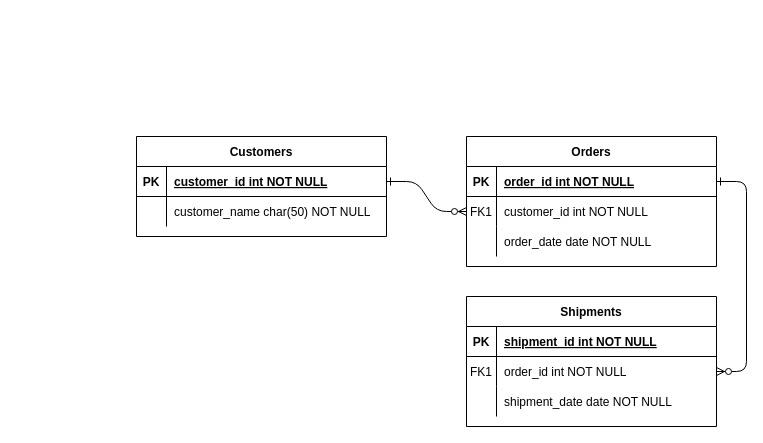
Earlier version of the draw.io diagram Untitled Diagram.drawio (corourke/mockaroo2kafka). Source tidied: cells renumbered, new cells numbered last; positions are measured from the earlier drawing's top-left corner, leaving out a move shared by most shapes. Both pictures are drawn from the tidied source at 100%, with x=0, y=0 at pixel (136, 136).
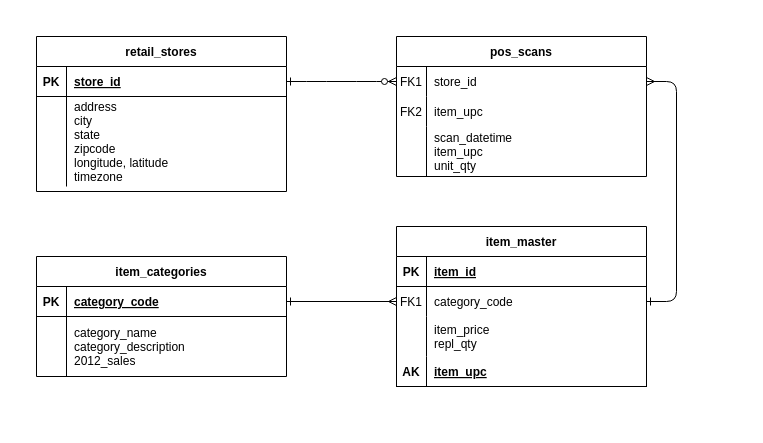
Above is the later version.

The change refers to these unchanged cells:
```xml
<mxCell id="15" style="shape=partialRectangle;fillColor=none;top=0;left=0;right=0;bottom=1;" parent="14" vertex="1">
  <mxGeometry y="30" width="250" height="30" as="geometry" />
</mxCell>
<mxCell id="18" style="shape=partialRectangle;fillColor=none;points=[[0,0.5],[1,0.5]];portConstraint=eastwest;top=0;left=0;right=0;bottom=0;" parent="14" vertex="1">
  <mxGeometry y="60" width="250" height="30" as="geometry" />
</mxCell>
<mxCell id="25" style="shape=partialRectangle;fillColor=none;points=[[0,0.5],[1,0.5]];portConstraint=eastwest;top=0;left=0;right=0;bottom=1;" parent="24" vertex="1">
  <mxGeometry y="30" width="250" height="30" as="geometry" />
</mxCell>
```

The edit, as a diff of the source:
```diff
@@
+    <mxCell id="31" style="rounded=0;whiteSpace=wrap;html=1;strokeColor=none;" parent="1" vertex="1">
+      <mxGeometry x="-120" y="-120" width="680" height="400" as="geometry" />
+    </mxCell>
@@
-    <mxCell id="3" style="edgeStyle=entityRelationEdgeStyle;endArrow=ERzeroToMany;startArrow=ERone;endFill=1;startFill=0;" parent="1" edge="1" source="5" target="18">
-      <mxGeometry relative="1" as="geometry" />
-    </mxCell>
-    <mxCell id="4" value="Orders" style="shape=table;startSize=30;childLayout=tableLayout;rowLines=0;fontStyle=1;align=center;" parent="1" vertex="1">
-      <mxGeometry x="330" width="250" height="130" as="geometry" />
+    <mxCell id="4" value="pos_scans" style="shape=table;startSize=30;childLayout=tableLayout;rowLines=0;fontStyle=1;align=center;" parent="1" vertex="1">
+      <mxGeometry x="260" y="-100" width="250" height="140" as="geometry" />
     </mxCell>
-    <mxCell id="5" style="shape=partialRectangle;fillColor=none;points=[[0,0.5],[1,0.5]];portConstraint=eastwest;top=0;left=0;right=0;bottom=1;" parent="4" vertex="1">
-      <mxGeometry y="30" width="250" height="30" as="geometry" />
-    </mxCell>
-    <mxCell id="6" value="PK" style="shape=partialRectangle;overflow=hidden;fillColor=none;top=0;left=0;bottom=0;right=0;fontStyle=1;" parent="5" vertex="1">
-      <mxGeometry width="30" height="30" as="geometry" />
-    </mxCell>
-    <mxCell id="7" value="order_id int NOT NULL " style="shape=partialRectangle;overflow=hidden;fillColor=none;top=0;left=0;bottom=0;right=0;align=left;spacingLeft=6;fontStyle=5;" parent="5" vertex="1">
-      <mxGeometry x="30" width="220" height="30" as="geometry" />
-    </mxCell>
     <mxCell id="8" style="shape=partialRectangle;fillColor=none;points=[[0,0.5],[1,0.5]];portConstraint=eastwest;top=0;left=0;right=0;bottom=0;" parent="4" vertex="1">
-      <mxGeometry y="60" width="250" height="30" as="geometry" />
+      <mxGeometry y="30" width="250" height="30" as="geometry" />
     </mxCell>
@@
-    <mxCell id="10" value="customer_id int NOT NULL" style="shape=partialRectangle;overflow=hidden;fillColor=none;top=0;left=0;bottom=0;right=0;align=left;spacingLeft=6;" parent="8" vertex="1">
+    <mxCell id="10" value="store_id" style="shape=partialRectangle;overflow=hidden;fillColor=none;top=0;left=0;bottom=0;right=0;align=left;spacingLeft=6;" parent="8" vertex="1">
       <mxGeometry x="30" width="220" height="30" as="geometry" />
     </mxCell>
+    <mxCell id="32" style="shape=partialRectangle;fillColor=none;top=0;left=0;right=0;bottom=0;" parent="4" vertex="1">
+      <mxGeometry y="60" width="250" height="30" as="geometry" />
+    </mxCell>
+    <mxCell id="33" value="FK2" style="shape=partialRectangle;overflow=hidden;fillColor=none;top=0;left=0;bottom=0;right=0;" parent="32" vertex="1">
+      <mxGeometry width="30" height="30" as="geometry" />
+    </mxCell>
+    <mxCell id="34" value="item_upc" style="shape=partialRectangle;overflow=hidden;fillColor=none;top=0;left=0;bottom=0;right=0;align=left;spacingLeft=6;" parent="32" vertex="1">
+      <mxGeometry x="30" width="220" height="30" as="geometry" />
+    </mxCell>
     <mxCell id="11" style="shape=partialRectangle;fillColor=none;top=0;left=0;right=0;bottom=0;" parent="4" vertex="1">
-      <mxGeometry y="90" width="250" height="30" as="geometry" />
+      <mxGeometry y="90" width="250" height="50" as="geometry" />
     </mxCell>
     <mxCell id="12" style="shape=partialRectangle;overflow=hidden;fillColor=none;top=0;left=0;bottom=0;right=0;" parent="11" vertex="1">
-      <mxGeometry width="30" height="30" as="geometry" />
+      <mxGeometry width="30" height="50" as="geometry" />
     </mxCell>
-    <mxCell id="13" value="order_date date NOT NULL" style="shape=partialRectangle;overflow=hidden;fillColor=none;top=0;left=0;bottom=0;right=0;align=left;spacingLeft=6;" parent="11" vertex="1">
-      <mxGeometry x="30" width="220" height="30" as="geometry" />
+    <mxCell id="13" value="scan_datetime&#10;item_upc&#10;unit_qty" style="shape=partialRectangle;overflow=hidden;fillColor=none;top=0;left=0;bottom=0;right=0;align=left;spacingLeft=6;" parent="11" vertex="1">
+      <mxGeometry x="30" width="220" height="50" as="geometry" />
     </mxCell>
-    <mxCell id="14" value="Shipments" style="shape=table;startSize=30;childLayout=tableLayout;rowLines=0;fontStyle=1;align=center;" parent="1" vertex="1">
-      <mxGeometry x="330" y="160" width="250" height="130" as="geometry" />
+    <mxCell id="14" value="item_master" style="shape=table;startSize=30;childLayout=tableLayout;rowLines=0;fontStyle=1;align=center;" parent="1" vertex="1">
+      <mxGeometry x="260" y="90" width="250" height="160" as="geometry" />
     </mxCell>
@@
-    <mxCell id="17" value="shipment_id int NOT NULL " style="shape=partialRectangle;overflow=hidden;fillColor=none;top=0;left=0;bottom=0;right=0;align=left;spacingLeft=6;fontStyle=5;" parent="15" vertex="1">
+    <mxCell id="17" value="item_id" style="shape=partialRectangle;overflow=hidden;fillColor=none;top=0;left=0;bottom=0;right=0;align=left;spacingLeft=6;fontStyle=5;" parent="15" vertex="1">
       <mxGeometry x="30" width="220" height="30" as="geometry" />
     </mxCell>
@@
-    <mxCell id="20" value="order_id int NOT NULL" style="shape=partialRectangle;overflow=hidden;fillColor=none;top=0;left=0;bottom=0;right=0;align=left;spacingLeft=6;" parent="18" vertex="1">
+    <mxCell id="20" value="category_code" style="shape=partialRectangle;overflow=hidden;fillColor=none;top=0;left=0;bottom=0;right=0;align=left;spacingLeft=6;" parent="18" vertex="1">
       <mxGeometry x="30" width="220" height="30" as="geometry" />
     </mxCell>
     <mxCell id="21" style="shape=partialRectangle;fillColor=none;top=0;left=0;right=0;bottom=0;" parent="14" vertex="1">
-      <mxGeometry y="90" width="250" height="30" as="geometry" />
+      <mxGeometry y="90" width="250" height="40" as="geometry" />
     </mxCell>
     <mxCell id="22" style="shape=partialRectangle;overflow=hidden;fillColor=none;top=0;left=0;bottom=0;right=0;" parent="21" vertex="1">
-      <mxGeometry width="30" height="30" as="geometry" />
+      <mxGeometry width="30" height="40" as="geometry" />
     </mxCell>
-    <mxCell id="23" value="shipment_date date NOT NULL" style="shape=partialRectangle;overflow=hidden;fillColor=none;top=0;left=0;bottom=0;right=0;align=left;spacingLeft=6;" parent="21" vertex="1">
-      <mxGeometry x="30" width="220" height="30" as="geometry" />
+    <mxCell id="23" value="item_price&#10;repl_qty" style="shape=partialRectangle;overflow=hidden;fillColor=none;top=0;left=0;bottom=0;right=0;align=left;spacingLeft=6;" parent="21" vertex="1">
+      <mxGeometry x="30" width="220" height="40" as="geometry" />
     </mxCell>
+    <mxCell id="35" style="shape=partialRectangle;fillColor=none;top=0;left=0;right=0;bottom=1;" parent="14" vertex="1">
+      <mxGeometry y="130" width="250" height="30" as="geometry" />
+    </mxCell>
+    <mxCell id="36" value="AK" style="shape=partialRectangle;overflow=hidden;fillColor=none;top=0;left=0;bottom=0;right=0;fontStyle=1;" parent="35" vertex="1">
+      <mxGeometry width="30" height="30" as="geometry" />
+    </mxCell>
+    <mxCell id="37" value="item_upc" style="shape=partialRectangle;overflow=hidden;fillColor=none;top=0;left=0;bottom=0;right=0;align=left;spacingLeft=6;fontStyle=5;" parent="35" vertex="1">
+      <mxGeometry x="30" width="220" height="30" as="geometry" />
+    </mxCell>
-    <mxCell id="24" value="Customers" style="shape=table;startSize=30;childLayout=tableLayout;rowLines=0;fontStyle=1;align=center;" parent="1" vertex="1">
-      <mxGeometry width="250" height="100" as="geometry" />
+    <mxCell id="24" value="retail_stores" style="shape=table;startSize=30;childLayout=tableLayout;rowLines=0;fontStyle=1;align=center;" parent="1" vertex="1">
+      <mxGeometry x="-100" y="-100" width="250" height="155" as="geometry" />
     </mxCell>
@@
-    <mxCell id="27" value="customer_id int NOT NULL " style="shape=partialRectangle;overflow=hidden;fillColor=none;top=0;left=0;bottom=0;right=0;align=left;spacingLeft=6;fontStyle=5;" parent="25" vertex="1">
+    <mxCell id="27" value="store_id" style="shape=partialRectangle;overflow=hidden;fillColor=none;top=0;left=0;bottom=0;right=0;align=left;spacingLeft=6;fontStyle=5;" parent="25" vertex="1">
       <mxGeometry x="30" width="220" height="30" as="geometry" />
     </mxCell>
     <mxCell id="28" style="shape=partialRectangle;fillColor=none;top=0;left=0;right=0;bottom=0;" parent="24" vertex="1">
-      <mxGeometry y="60" width="250" height="30" as="geometry" />
+      <mxGeometry y="60" width="250" height="90" as="geometry" />
     </mxCell>
     <mxCell id="29" style="shape=partialRectangle;overflow=hidden;fillColor=none;top=0;left=0;bottom=0;right=0;" parent="28" vertex="1">
-      <mxGeometry width="30" height="30" as="geometry" />
+      <mxGeometry width="30" height="90" as="geometry" />
     </mxCell>
-    <mxCell id="30" value="customer_name char(50) NOT NULL" style="shape=partialRectangle;overflow=hidden;fillColor=none;top=0;left=0;bottom=0;right=0;align=left;spacingLeft=6;" parent="28" vertex="1">
-      <mxGeometry x="30" width="220" height="30" as="geometry" />
+    <mxCell id="30" value="address&#10;city&#10;state&#10;zipcode&#10;longitude, latitude&#10;timezone" style="shape=partialRectangle;overflow=hidden;fillColor=none;top=0;left=0;bottom=0;right=0;align=left;spacingLeft=6;" parent="28" vertex="1">
+      <mxGeometry x="30" width="220" height="90" as="geometry" />
     </mxCell>
+    <mxCell id="3" style="edgeStyle=entityRelationEdgeStyle;endArrow=ERmany;startArrow=ERone;endFill=0;startFill=0;entryX=1;entryY=0.5;entryDx=0;entryDy=0;" parent="1" edge="1" source="18" target="8">
+      <mxGeometry relative="1" as="geometry">
+        <Array as="points">
+          <mxPoint x="540" y="-10" />
+          <mxPoint x="540" y="-10" />
+          <mxPoint x="530" y="-10" />
+        </Array>
+      </mxGeometry>
+    </mxCell>
+    <mxCell id="38" value="item_categories" style="shape=table;startSize=30;childLayout=tableLayout;rowLines=0;fontStyle=1;align=center;" parent="1" vertex="1">
+      <mxGeometry x="-100" y="120" width="250" height="120" as="geometry" />
+    </mxCell>
+    <mxCell id="5" style="shape=partialRectangle;fillColor=none;points=[[0,0.5],[1,0.5]];portConstraint=eastwest;top=0;left=0;right=0;bottom=1;" parent="38" vertex="1">
+      <mxGeometry y="30" width="250" height="30" as="geometry" />
+    </mxCell>
+    <mxCell id="6" value="PK" style="shape=partialRectangle;overflow=hidden;fillColor=none;top=0;left=0;bottom=0;right=0;fontStyle=1;" parent="5" vertex="1">
+      <mxGeometry width="30" height="30" as="geometry" />
+    </mxCell>
+    <mxCell id="39" value="category_code" style="shape=partialRectangle;overflow=hidden;fillColor=none;top=0;left=0;bottom=0;right=0;align=left;spacingLeft=6;fontStyle=5;" parent="5" vertex="1">
+      <mxGeometry x="30" width="220" height="30" as="geometry" />
+    </mxCell>
+    <mxCell id="40" style="shape=partialRectangle;fillColor=none;top=0;left=0;right=0;bottom=0;" parent="38" vertex="1">
+      <mxGeometry y="60" width="250" height="60" as="geometry" />
+    </mxCell>
+    <mxCell id="41" style="shape=partialRectangle;overflow=hidden;fillColor=none;top=0;left=0;bottom=0;right=0;" parent="40" vertex="1">
+      <mxGeometry width="30" height="60" as="geometry" />
+    </mxCell>
+    <mxCell id="42" value="category_name&#10;category_description&#10;2012_sales" style="shape=partialRectangle;overflow=hidden;fillColor=none;top=0;left=0;bottom=0;right=0;align=left;spacingLeft=6;" parent="40" vertex="1">
+      <mxGeometry x="30" width="220" height="60" as="geometry" />
+    </mxCell>
+    <mxCell id="43" style="edgeStyle=orthogonalEdgeStyle;rounded=0;jettySize=auto;html=1;exitX=1;exitY=0.5;exitDx=0;exitDy=0;entryX=0;entryY=0.5;entryDx=0;entryDy=0;endArrow=ERmany;endFill=0;startArrow=ERone;startFill=0;" parent="1" edge="1" source="5" target="18">
+      <mxGeometry relative="1" as="geometry" />
+    </mxCell>
```
